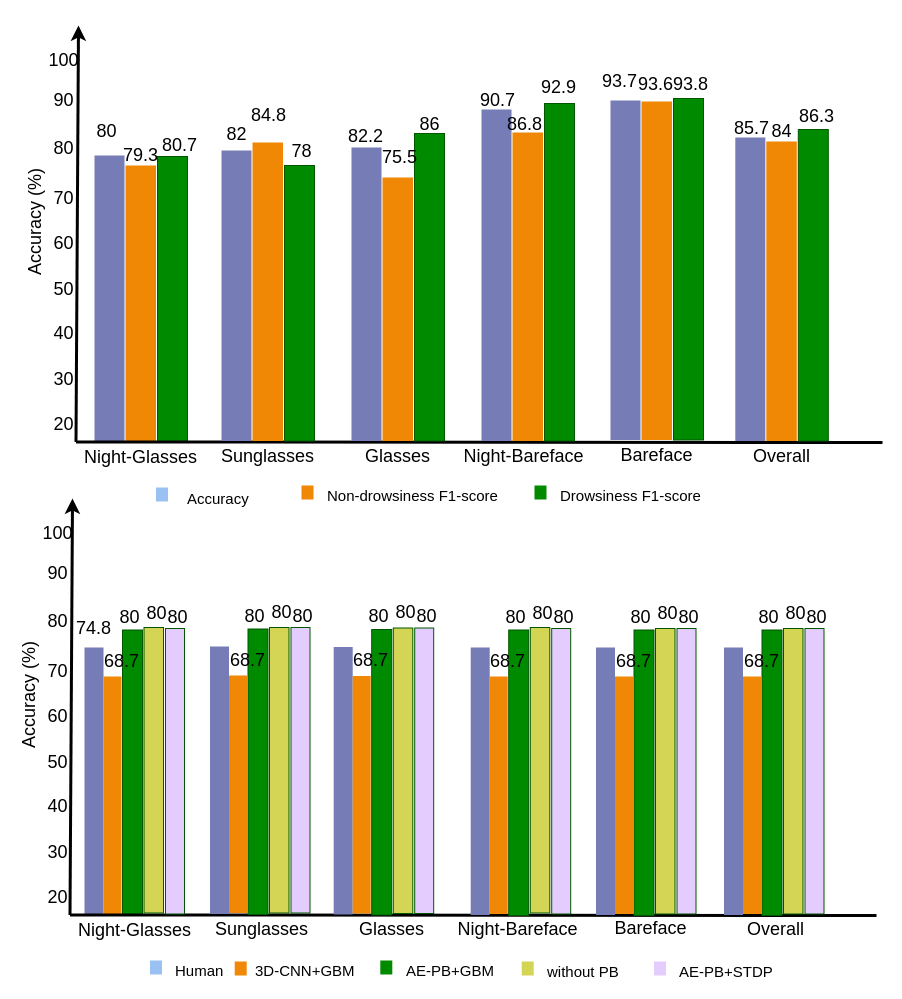
The draw.io diagram Untitled Diagram.drawio in phunghx/AIMA, before the edit. Source tidied: cells renumbered, new cells numbered last; positions are measured from the earlier drawing's top-left corner, leaving out a move shared by most shapes. Both pictures are drawn from the tidied source at 100%, with x=0, y=0 at pixel (-13, 25).
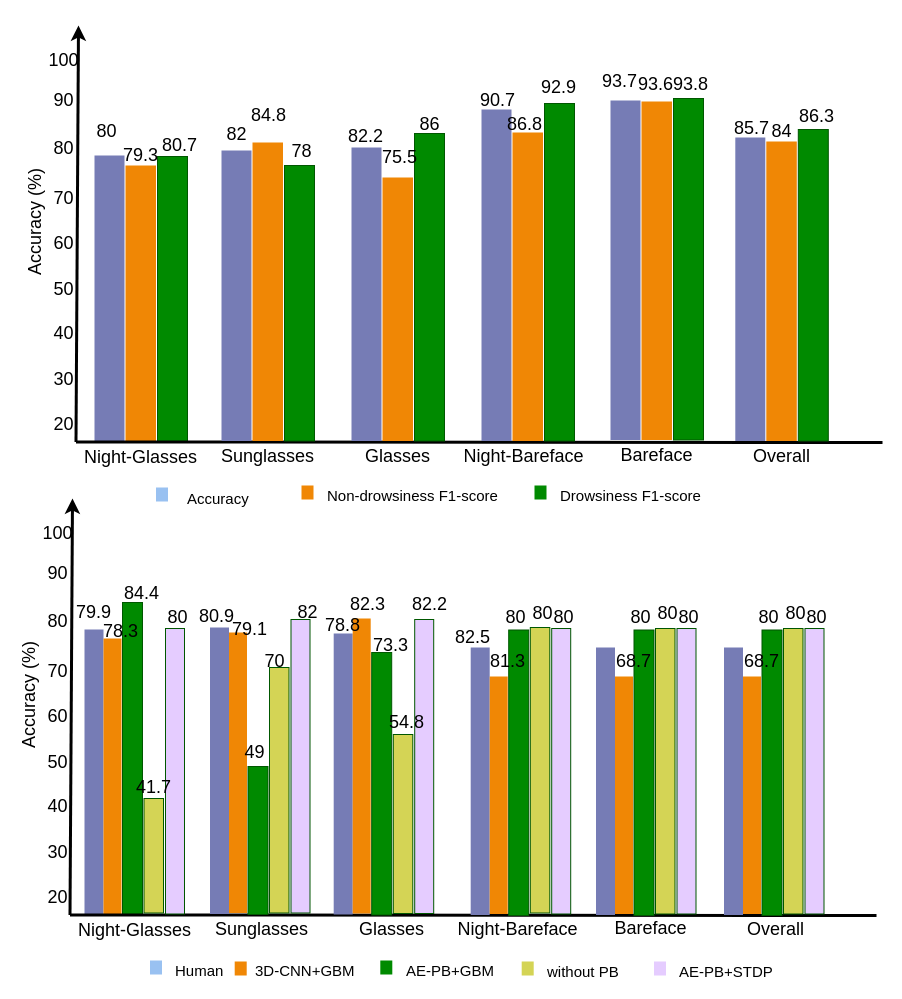
The same diagram, later.

Diff of the diagram source:
```diff
@@
     <mxCell id="2" style="whiteSpace=wrap;fillColor=#767CB5;gradientColor=none;gradientDirection=east;strokeColor=none;html=1;fontColor=#23445d;imageHeight=100;" parent="1" vertex="1">
-      <mxGeometry x="97" y="622" width="19" height="267.5" as="geometry" />
+      <mxGeometry x="97" y="604" width="19" height="285.5" as="geometry" />
     </mxCell>
@@
     <mxCell id="4" style="whiteSpace=wrap;fillColor=#F08705;gradientColor=none;gradientDirection=east;strokeColor=none;html=1;fontColor=#23445d;imageAspect=1;" parent="1" vertex="1">
-      <mxGeometry x="116" y="651" width="18" height="237.5" as="geometry" />
+      <mxGeometry x="116" y="613" width="18" height="275.5" as="geometry" />
     </mxCell>
     <mxCell id="5" style="whiteSpace=wrap;fillColor=#008a00;gradientDirection=east;strokeColor=#005700;html=1;fontColor=#ffffff;" parent="1" vertex="1">
-      <mxGeometry x="135" y="604.5" width="20" height="285.5" as="geometry" />
+      <mxGeometry x="135" y="577" width="20" height="313" as="geometry" />
     </mxCell>
@@
-    <mxCell id="29" value="74.8" style="text;spacingTop=-5;align=center;verticalAlign=middle;fontStyle=0;html=1;fontSize=18;" parent="1" vertex="1">
-      <mxGeometry x="91" y="585" width="30" height="40" as="geometry" />
+    <mxCell id="29" value="79.9" style="text;spacingTop=-5;align=center;verticalAlign=middle;fontStyle=0;html=1;fontSize=18;" parent="1" vertex="1">
+      <mxGeometry x="91" y="569" width="30" height="40" as="geometry" />
     </mxCell>
-    <mxCell id="30" value="68.7" style="text;spacingTop=-5;align=center;verticalAlign=middle;fontStyle=0;html=1;fontSize=18;" parent="1" vertex="1">
-      <mxGeometry x="119" y="618" width="30" height="40" as="geometry" />
+    <mxCell id="30" value="78.3" style="text;spacingTop=-5;align=center;verticalAlign=middle;fontStyle=0;html=1;fontSize=18;" parent="1" vertex="1">
+      <mxGeometry x="118" y="588" width="30" height="40" as="geometry" />
     </mxCell>
-    <mxCell id="31" value="80" style="text;spacingTop=-5;align=center;verticalAlign=middle;fontStyle=0;html=1;fontSize=18;" parent="1" vertex="1">
-      <mxGeometry x="126.5" y="574" width="30" height="40" as="geometry" />
+    <mxCell id="31" value="84.4" style="text;spacingTop=-5;align=center;verticalAlign=middle;fontStyle=0;html=1;fontSize=18;" parent="1" vertex="1">
+      <mxGeometry x="138.5" y="550" width="30" height="40" as="geometry" />
     </mxCell>
@@
     <mxCell id="92" style="whiteSpace=wrap;fillColor=#D4D455;gradientDirection=east;strokeColor=#005700;html=1;fontColor=#ffffff;fillStyle=auto;" parent="1" vertex="1">
-      <mxGeometry x="156.5" y="602" width="19.5" height="285.5" as="geometry" />
+      <mxGeometry x="156.5" y="773" width="19.5" height="114.5" as="geometry" />
     </mxCell>
@@
-    <mxCell id="94" value="80" style="text;spacingTop=-5;align=center;verticalAlign=middle;fontStyle=0;html=1;fontSize=18;" parent="1" vertex="1">
-      <mxGeometry x="153.5" y="570" width="30" height="40" as="geometry" />
+    <mxCell id="94" value="41.7" style="text;spacingTop=-5;align=center;verticalAlign=middle;fontStyle=0;html=1;fontSize=18;" parent="1" vertex="1">
+      <mxGeometry x="151.2" y="744" width="30" height="40" as="geometry" />
     </mxCell>
@@
     <mxCell id="96" style="whiteSpace=wrap;fillColor=#767CB5;gradientColor=none;gradientDirection=east;strokeColor=none;html=1;fontColor=#23445d;imageHeight=100;" parent="1" vertex="1">
-      <mxGeometry x="222.5" y="621" width="19" height="267.5" as="geometry" />
+      <mxGeometry x="222.5" y="602" width="19" height="286.5" as="geometry" />
     </mxCell>
     <mxCell id="97" style="whiteSpace=wrap;fillColor=#F08705;gradientColor=none;gradientDirection=east;strokeColor=none;html=1;fontColor=#23445d;imageAspect=1;" parent="1" vertex="1">
-      <mxGeometry x="241.5" y="650" width="18" height="237.5" as="geometry" />
+      <mxGeometry x="241.5" y="607" width="18" height="280.5" as="geometry" />
     </mxCell>
     <mxCell id="98" style="whiteSpace=wrap;fillColor=#008a00;gradientDirection=east;strokeColor=#005700;html=1;fontColor=#ffffff;" parent="1" vertex="1">
-      <mxGeometry x="260.5" y="603.5" width="20" height="285.5" as="geometry" />
+      <mxGeometry x="260.5" y="741" width="20" height="148" as="geometry" />
     </mxCell>
-    <mxCell id="99" value="68.7" style="text;spacingTop=-5;align=center;verticalAlign=middle;fontStyle=0;html=1;fontSize=18;" parent="1" vertex="1">
-      <mxGeometry x="244.5" y="617" width="30" height="40" as="geometry" />
+    <mxCell id="99" value="79.1" style="text;spacingTop=-5;align=center;verticalAlign=middle;fontStyle=0;html=1;fontSize=18;" parent="1" vertex="1">
+      <mxGeometry x="247.2" y="586" width="30" height="40" as="geometry" />
     </mxCell>
-    <mxCell id="100" value="80" style="text;spacingTop=-5;align=center;verticalAlign=middle;fontStyle=0;html=1;fontSize=18;" parent="1" vertex="1">
-      <mxGeometry x="252" y="573" width="30" height="40" as="geometry" />
+    <mxCell id="100" value="49" style="text;spacingTop=-5;align=center;verticalAlign=middle;fontStyle=0;html=1;fontSize=18;" parent="1" vertex="1">
+      <mxGeometry x="252" y="709" width="30" height="40" as="geometry" />
     </mxCell>
     <mxCell id="101" style="whiteSpace=wrap;fillColor=#D4D455;gradientDirection=east;strokeColor=#005700;html=1;fontColor=#ffffff;fillStyle=auto;" parent="1" vertex="1">
-      <mxGeometry x="282" y="602" width="19.5" height="285.5" as="geometry" />
+      <mxGeometry x="282" y="642" width="19.5" height="245.5" as="geometry" />
     </mxCell>
     <mxCell id="102" style="whiteSpace=wrap;fillColor=#E5CCFF;gradientDirection=east;strokeColor=#005700;html=1;fontColor=#ffffff;" parent="1" vertex="1">
-      <mxGeometry x="303.5" y="602" width="19" height="285.5" as="geometry" />
+      <mxGeometry x="303.5" y="594" width="19" height="293.5" as="geometry" />
     </mxCell>
-    <mxCell id="103" value="80" style="text;spacingTop=-5;align=center;verticalAlign=middle;fontStyle=0;html=1;fontSize=18;" parent="1" vertex="1">
-      <mxGeometry x="279" y="569" width="30" height="40" as="geometry" />
+    <mxCell id="103" value="70" style="text;spacingTop=-5;align=center;verticalAlign=middle;fontStyle=0;html=1;fontSize=18;" parent="1" vertex="1">
+      <mxGeometry x="271.5" y="618" width="30" height="40" as="geometry" />
     </mxCell>
-    <mxCell id="104" value="80" style="text;spacingTop=-5;align=center;verticalAlign=middle;fontStyle=0;html=1;fontSize=18;" parent="1" vertex="1">
-      <mxGeometry x="300" y="573" width="30" height="40" as="geometry" />
+    <mxCell id="104" value="82" style="text;spacingTop=-5;align=center;verticalAlign=middle;fontStyle=0;html=1;fontSize=18;" parent="1" vertex="1">
+      <mxGeometry x="305" y="569" width="30" height="40" as="geometry" />
     </mxCell>
     <mxCell id="105" style="whiteSpace=wrap;fillColor=#767CB5;gradientColor=none;gradientDirection=east;strokeColor=none;html=1;fontColor=#23445d;imageHeight=100;" parent="1" vertex="1">
-      <mxGeometry x="346.2" y="621.5" width="19" height="267.5" as="geometry" />
+      <mxGeometry x="346.2" y="608" width="19" height="281" as="geometry" />
     </mxCell>
     <mxCell id="106" style="whiteSpace=wrap;fillColor=#F08705;gradientColor=none;gradientDirection=east;strokeColor=none;html=1;fontColor=#23445d;imageAspect=1;" parent="1" vertex="1">
-      <mxGeometry x="365.2" y="650.5" width="18" height="237.5" as="geometry" />
+      <mxGeometry x="365.2" y="593" width="18" height="295" as="geometry" />
     </mxCell>
     <mxCell id="107" style="whiteSpace=wrap;fillColor=#008a00;gradientDirection=east;strokeColor=#005700;html=1;fontColor=#ffffff;" parent="1" vertex="1">
-      <mxGeometry x="384.2" y="604" width="20" height="285.5" as="geometry" />
+      <mxGeometry x="384.2" y="627" width="20" height="262.5" as="geometry" />
     </mxCell>
-    <mxCell id="108" value="68.7" style="text;spacingTop=-5;align=center;verticalAlign=middle;fontStyle=0;html=1;fontSize=18;" parent="1" vertex="1">
-      <mxGeometry x="368.2" y="617.5" width="30" height="40" as="geometry" />
+    <mxCell id="108" value="82.3" style="text;spacingTop=-5;align=center;verticalAlign=middle;fontStyle=0;html=1;fontSize=18;" parent="1" vertex="1">
+      <mxGeometry x="365.2" y="561" width="30" height="40" as="geometry" />
     </mxCell>
-    <mxCell id="109" value="80" style="text;spacingTop=-5;align=center;verticalAlign=middle;fontStyle=0;html=1;fontSize=18;" parent="1" vertex="1">
-      <mxGeometry x="375.8" y="573.5" width="30" height="40" as="geometry" />
+    <mxCell id="109" value="73.3" style="text;spacingTop=-5;align=center;verticalAlign=middle;fontStyle=0;html=1;fontSize=18;" parent="1" vertex="1">
+      <mxGeometry x="387.8" y="602" width="30" height="40" as="geometry" />
     </mxCell>
     <mxCell id="110" style="whiteSpace=wrap;fillColor=#D4D455;gradientDirection=east;strokeColor=#005700;html=1;fontColor=#ffffff;fillStyle=auto;" parent="1" vertex="1">
-      <mxGeometry x="405.8" y="602.5" width="19.5" height="285.5" as="geometry" />
+      <mxGeometry x="405.8" y="709" width="19.5" height="179" as="geometry" />
     </mxCell>
     <mxCell id="111" style="whiteSpace=wrap;fillColor=#E5CCFF;gradientDirection=east;strokeColor=#005700;html=1;fontColor=#ffffff;" parent="1" vertex="1">
-      <mxGeometry x="427.2" y="602.5" width="19" height="285.5" as="geometry" />
+      <mxGeometry x="427.2" y="594" width="19" height="294" as="geometry" />
     </mxCell>
-    <mxCell id="112" value="80" style="text;spacingTop=-5;align=center;verticalAlign=middle;fontStyle=0;html=1;fontSize=18;" parent="1" vertex="1">
-      <mxGeometry x="402.8" y="569.5" width="30" height="40" as="geometry" />
+    <mxCell id="112" value="54.8" style="text;spacingTop=-5;align=center;verticalAlign=middle;fontStyle=0;html=1;fontSize=18;" parent="1" vertex="1">
+      <mxGeometry x="404.2" y="679" width="30" height="40" as="geometry" />
     </mxCell>
-    <mxCell id="113" value="80" style="text;spacingTop=-5;align=center;verticalAlign=middle;fontStyle=0;html=1;fontSize=18;" parent="1" vertex="1">
-      <mxGeometry x="423.8" y="573.5" width="30" height="40" as="geometry" />
+    <mxCell id="113" value="82.2" style="text;spacingTop=-5;align=center;verticalAlign=middle;fontStyle=0;html=1;fontSize=18;" parent="1" vertex="1">
+      <mxGeometry x="427" y="561" width="30" height="40" as="geometry" />
     </mxCell>
@@
-    <mxCell id="117" value="68.7" style="text;spacingTop=-5;align=center;verticalAlign=middle;fontStyle=0;html=1;fontSize=18;" parent="1" vertex="1">
+    <mxCell id="117" value="81.3" style="text;spacingTop=-5;align=center;verticalAlign=middle;fontStyle=0;html=1;fontSize=18;" parent="1" vertex="1">
       <mxGeometry x="505.2" y="618" width="30" height="40" as="geometry" />
     </mxCell>
@@
+    <mxCell id="145" value="80.9" style="text;spacingTop=-5;align=center;verticalAlign=middle;fontStyle=0;html=1;fontSize=18;" parent="1" vertex="1">
+      <mxGeometry x="214.2" y="573" width="30" height="40" as="geometry" />
+    </mxCell>
+    <mxCell id="146" value="78.8" style="text;spacingTop=-5;align=center;verticalAlign=middle;fontStyle=0;html=1;fontSize=18;" parent="1" vertex="1">
+      <mxGeometry x="340.2" y="582" width="30" height="40" as="geometry" />
+    </mxCell>
+    <mxCell id="147" value="82.5" style="text;spacingTop=-5;align=center;verticalAlign=middle;fontStyle=0;html=1;fontSize=18;" parent="1" vertex="1">
+      <mxGeometry x="470.2" y="594" width="30" height="40" as="geometry" />
+    </mxCell>
```
